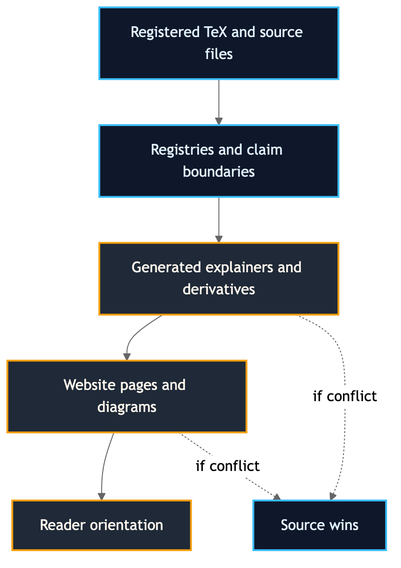
The Mermaid diagram public/assets/diagrams/comprehension/source-authority-ladder.png in AngryOwlAI/The-AEther-Flow-Website, before a commit. Its source is kept beside it as docs/content-dossiers/source-authority/diagrams/source-authority-ladder.mmd. Source of this version:
```mermaid
flowchart TB
  tex["Registered TeX and source files"] --> registries["Registries and claim boundaries"]
  registries --> generated["Generated explainers and derivatives"]
  generated --> website["Website pages and diagrams"]
  website --> reader["Reader orientation"]
  generated -. "if conflict" .-> sourceWins["Source wins"]
  website -. "if conflict" .-> sourceWins

  classDef source fill:#0f172a,stroke:#38bdf8,color:#e0f2fe,stroke-width:2px;
  classDef control fill:#1f2937,stroke:#f59e0b,color:#fff7ed,stroke-width:2px;
  classDef boundary fill:#111827,stroke:#f97316,color:#ffedd5,stroke-width:3px;
  class tex,registries,sourceWins source;
  class generated,website,reader control;
```
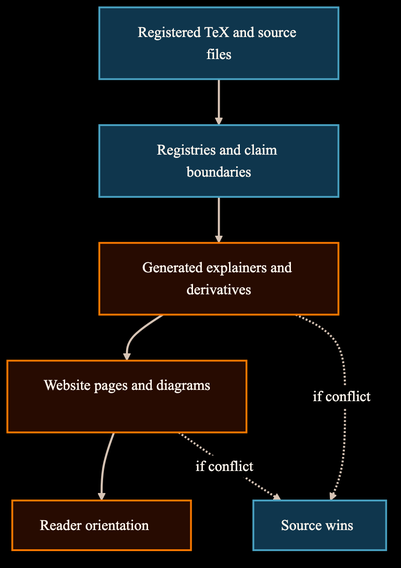
The same file after the commit.

What changed in the source:
```diff
@@ -1,3 +1,20 @@
+---
+config:
+  theme: base
+  themeVariables:
+    darkMode: true
+    background: "#000000"
+    primaryColor: "#050403"
+    primaryTextColor: "#fff8ef"
+    primaryBorderColor: "#d6c3b4"
+    lineColor: "#d6c3b4"
+    fontFamily: "Inter, ui-sans-serif, system-ui, -apple-system, BlinkMacSystemFont, Segoe UI, sans-serif"
+    fontSize: "16px"
+    clusterBkg: "#080401"
+    clusterBorder: "#d6c3b4"
+    edgeLabelBackground: "#000000"
+---
+
 flowchart TB
   tex["Registered TeX and source files"] --> registries["Registries and claim boundaries"]
   registries --> generated["Generated explainers and derivatives"]
@@ -6,8 +23,18 @@
   generated -. "if conflict" .-> sourceWins["Source wins"]
   website -. "if conflict" .-> sourceWins
 
-  classDef source fill:#0f172a,stroke:#38bdf8,color:#e0f2fe,stroke-width:2px;
-  classDef control fill:#1f2937,stroke:#f59e0b,color:#fff7ed,stroke-width:2px;
-  classDef boundary fill:#111827,stroke:#f97316,color:#ffedd5,stroke-width:3px;
-  class tex,registries,sourceWins source;
-  class generated,website,reader control;
+  classDef default fill:#050403,stroke:#d6c3b4,color:#fff8ef,stroke-width:1.5px;
+  classDef source fill:#0f364d,stroke:#48a0c0,color:#fff8ef,stroke-width:2px;
+  classDef control fill:#270b01,stroke:#f87800,color:#fff8ef,stroke-width:2px;
+  classDef bridge fill:#164964,stroke:#f4d6a1,color:#fff8ef,stroke-width:2px;
+  classDef decision fill:#702000,stroke:#f87800,color:#fff8ef,stroke-width:2.25px;
+  classDef target fill:#2d7ea0,stroke:#f4d6a1,color:#ffffff,stroke-width:2px;
+  classDef success fill:#164964,stroke:#48a0c0,color:#fff8ef,stroke-width:2px;
+  classDef risk fill:#702000,stroke:#f87800,color:#fff8ef,stroke-width:2px,stroke-dasharray: 5 5;
+  classDef boundary fill:#000000,stroke:#f87800,color:#fff8ef,stroke-width:3px,stroke-dasharray: 5 5;
+  classDef external fill:#080401,stroke:#f4d6a1,color:#fff8ef,stroke-width:2px;
+
+  class generated,reader,website control;
+  class registries,sourceWins,tex source;
+
+  linkStyle default stroke:#d6c3b4,stroke-width:2.25px;
```
